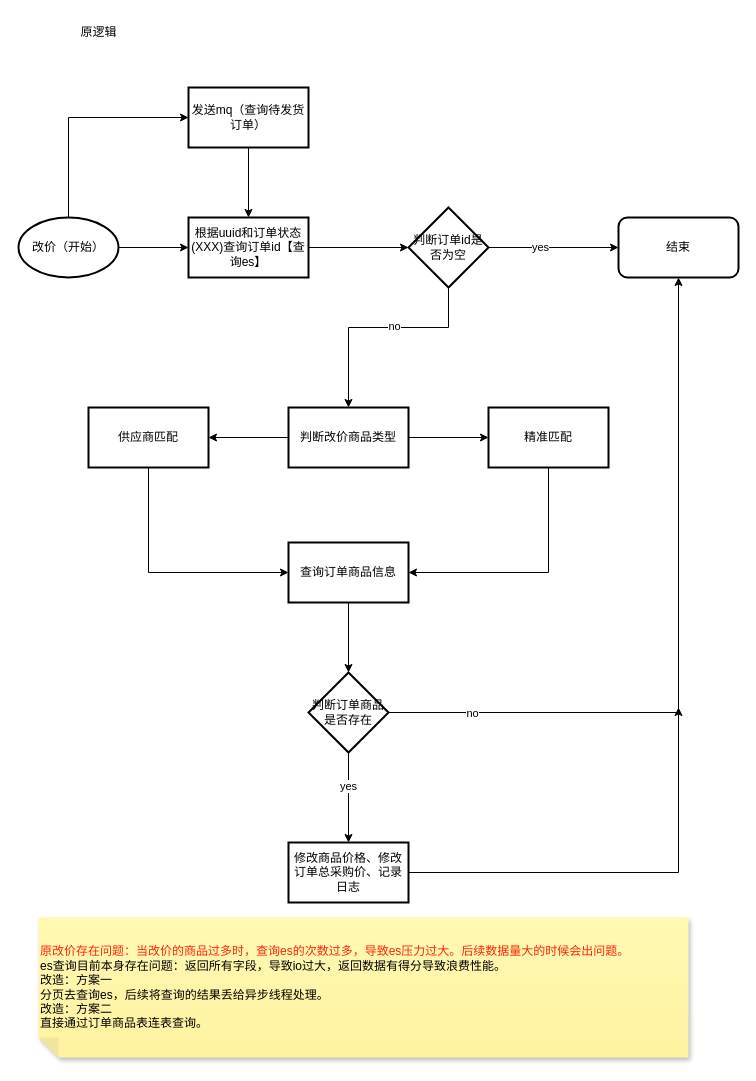
The draw.io diagram 快销改价.drawio in bian0814/draw.io, before the edit. Source tidied: cells renumbered, new cells numbered last; positions are measured from the earlier drawing's top-left corner, leaving out a move shared by most shapes. Both pictures are drawn from the tidied source at 100%, with x=0, y=0 at pixel (18, 17).
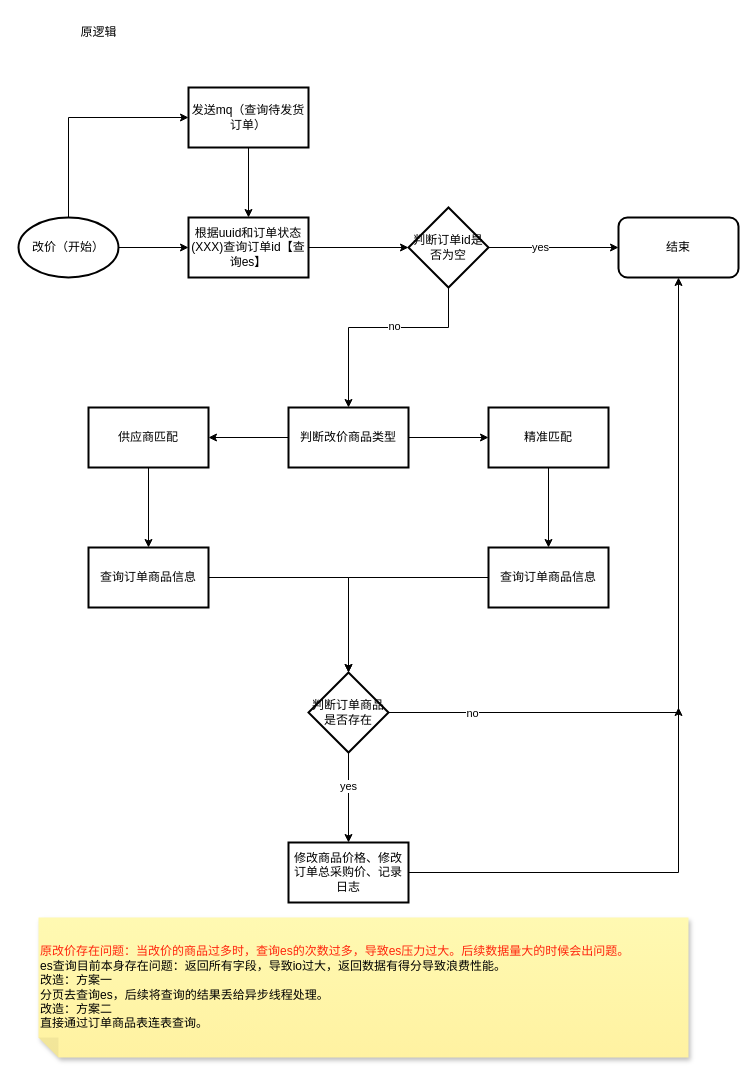
The same diagram, later.

Commit message (it also covers changes not shown here):
更新快销改价.drawio

The change refers to these unchanged cells:
```xml
<mxCell id="20" value="精准匹配" style="whiteSpace=wrap;html=1;strokeWidth=2;" parent="1" vertex="1">
  <mxGeometry x="470" y="390" width="120" height="60" as="geometry" />
</mxCell>
<mxCell id="27" value="判断订单商品是否存在" style="rhombus;whiteSpace=wrap;html=1;strokeWidth=2;" parent="1" vertex="1">
  <mxGeometry x="290" y="655" width="80" height="80" as="geometry" />
</mxCell>
```

Change to the diagram source:
```diff
@@
-    <mxCell id="19" style="edgeStyle=orthogonalEdgeStyle;rounded=0;jettySize=auto;html=1;entryX=1;entryY=0.5;entryDx=0;entryDy=0;" parent="1" edge="1" source="20" target="22">
-      <mxGeometry relative="1" as="geometry">
-        <Array as="points">
-          <mxPoint x="530" y="555" />
-        </Array>
-      </mxGeometry>
-    </mxCell>
+    <mxCell id="33" style="edgeStyle=orthogonalEdgeStyle;rounded=0;jettySize=auto;html=1;" parent="1" edge="1" source="20" target="35">
+      <mxGeometry relative="1" as="geometry" />
+    </mxCell>
@@
     <mxCell id="22" value="查询订单商品信息" style="whiteSpace=wrap;html=1;strokeWidth=2;" parent="1" vertex="1">
-      <mxGeometry x="270" y="525" width="120" height="60" as="geometry" />
+      <mxGeometry x="70" y="530" width="120" height="60" as="geometry" />
     </mxCell>
@@
+    <mxCell id="34" style="edgeStyle=orthogonalEdgeStyle;rounded=0;jettySize=auto;html=1;entryX=0.5;entryY=0;entryDx=0;entryDy=0;" parent="1" edge="1" source="35" target="27">
+      <mxGeometry relative="1" as="geometry" />
+    </mxCell>
+    <mxCell id="35" value="查询订单商品信息" style="whiteSpace=wrap;html=1;strokeWidth=2;" parent="1" vertex="1">
+      <mxGeometry x="470" y="530" width="120" height="60" as="geometry" />
+    </mxCell>
```
